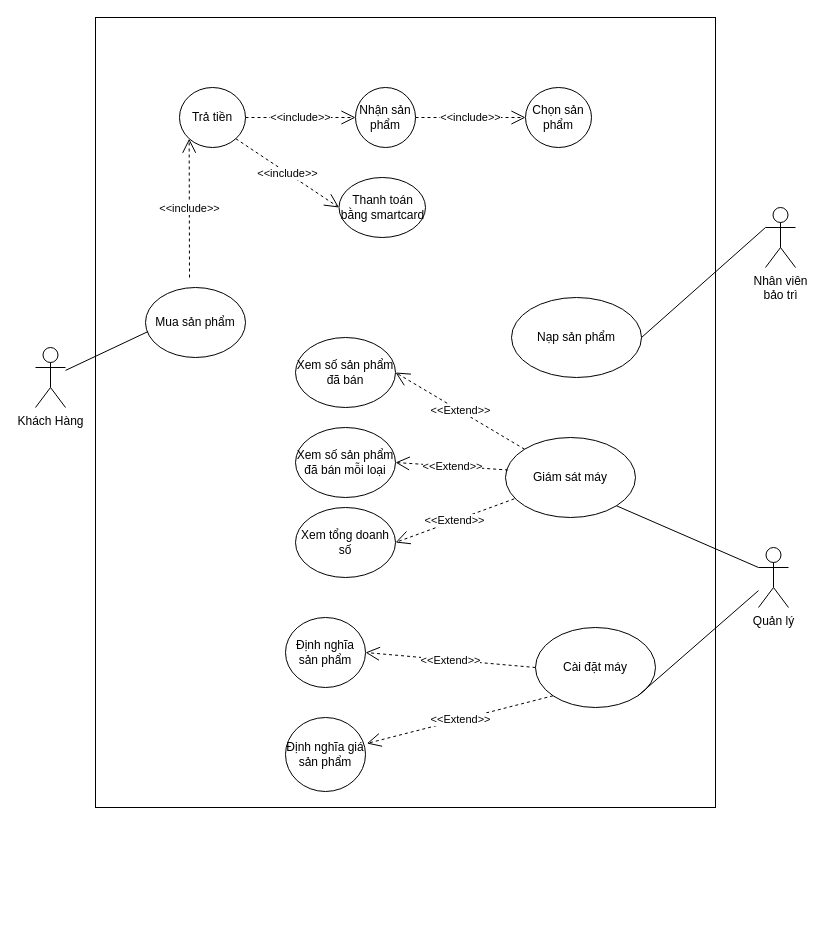
The draw.io diagram Biểu đồ không có tiêu đề.drawio in nate-q-136/APP-MANAGEMENT-LIB, before the edit. Source tidied: cells renumbered, new cells numbered last; positions are measured from the earlier drawing's top-left corner, leaving out a move shared by most shapes. Both pictures are drawn from the tidied source at 100%, with x=0, y=0 at pixel (35, 17).
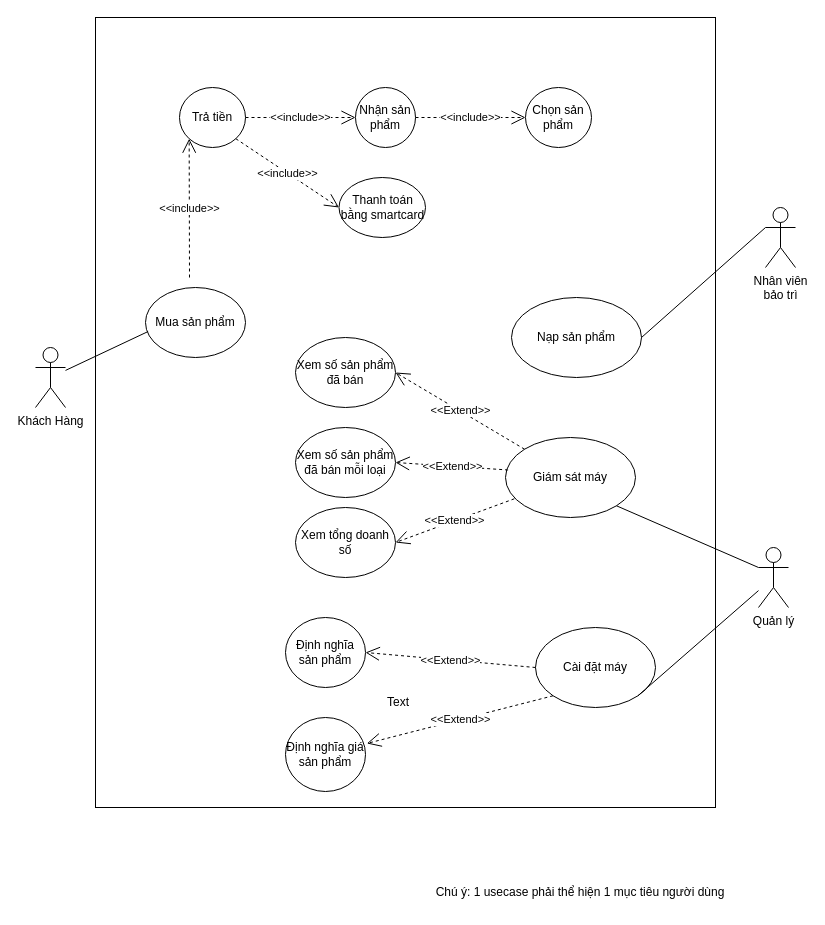
After the change.

Commit message:
Cập nhật Biểu đồ không có tiêu đề.drawio

The edit, as a diff of the source:
```diff
@@
+    <mxCell id="32" value="Text" style="text;html=1;strokeColor=none;fillColor=none;align=center;verticalAlign=middle;whiteSpace=wrap;rounded=0;" parent="1" vertex="1">
+      <mxGeometry x="333" y="670" width="60" height="30" as="geometry" />
+    </mxCell>
+    <mxCell id="33" value="Chú ý: 1 usecase phải thể hiện 1 mục tiêu người dùng" style="text;html=1;strokeColor=none;fillColor=none;align=center;verticalAlign=middle;whiteSpace=wrap;rounded=0;" parent="1" vertex="1">
+      <mxGeometry x="316.8" y="860" width="456.2" height="30" as="geometry" />
+    </mxCell>
```
